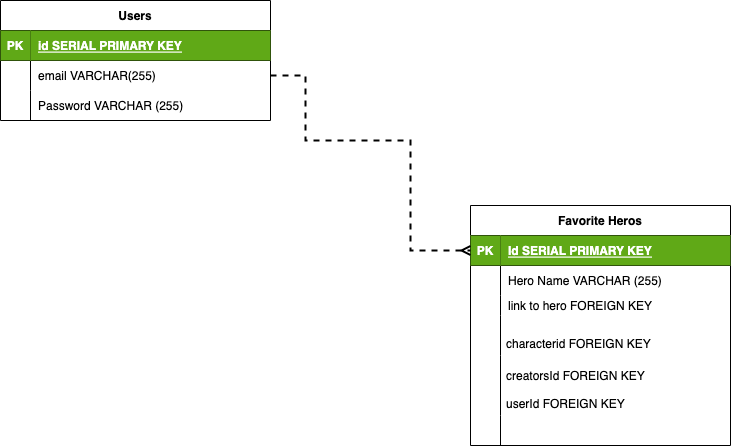
Above: Diagram.drawio.png in tristonpalacios/Virtual-Marvel-Encyclopedia (draw.io), before the change. Source tidied: cells renumbered, new cells last; positions are measured from the earlier drawing's top-left corner, leaving out a move shared by most shapes.
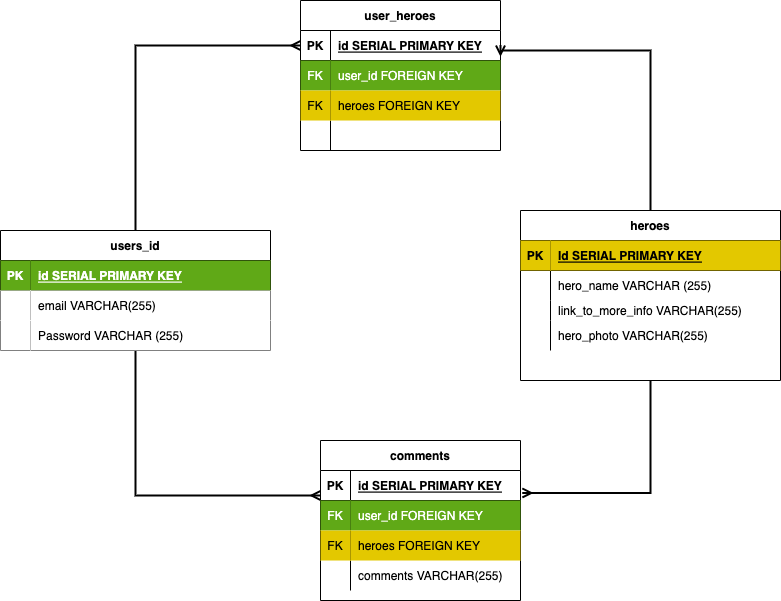
The same file after the commit.

What changed in the source:
```diff
@@ -2,8 +2,18 @@
   <root>
     <mxCell id="0" />
     <mxCell id="1" parent="0" />
+    <mxCell id="39" style="edgeStyle=orthogonalEdgeStyle;rounded=0;jettySize=auto;html=1;exitX=0.5;exitY=1;exitDx=0;exitDy=0;strokeWidth=2;endArrow=ERmany;endFill=0;" parent="1" edge="1" source="2" target="44">
+      <mxGeometry relative="1" as="geometry">
+        <Array as="points">
+          <mxPoint x="105" y="325" />
+        </Array>
+      </mxGeometry>
+    </mxCell>
+    <mxCell id="40" style="edgeStyle=orthogonalEdgeStyle;rounded=0;jettySize=auto;html=1;entryX=0;entryY=0.5;entryDx=0;entryDy=0;strokeWidth=2;endArrow=ERmany;endFill=0;" parent="1" edge="1" source="2" target="57">
+      <mxGeometry relative="1" as="geometry" />
+    </mxCell>
-    <mxCell id="2" value="Users" style="shape=table;startSize=30;rowLines=0;fontStyle=1;align=center;" parent="1" vertex="1">
-      <mxGeometry width="270" height="120" as="geometry" />
+    <mxCell id="2" value="users_id" style="shape=table;startSize=30;rowLines=0;fontStyle=1;align=center;" parent="1" vertex="1">
+      <mxGeometry x="-30" y="60" width="270" height="120" as="geometry" />
     </mxCell>
     <mxCell id="3" style="shape=tableRow;horizontal=0;startSize=0;swimlaneHead=0;swimlaneBody=0;fillColor=none;top=0;left=0;right=0;bottom=1;" parent="2" vertex="1">
       <mxGeometry y="30" width="270" height="30" as="geometry" />
@@ -17,31 +27,42 @@
     <mxCell id="6" style="shape=tableRow;horizontal=0;startSize=0;swimlaneHead=0;swimlaneBody=0;fillColor=none;points=[[0,0.5],[1,0.5]];portConstraint=eastwest;top=0;left=0;right=0;bottom=0;" parent="2" vertex="1">
       <mxGeometry y="60" width="270" height="30" as="geometry" />
     </mxCell>
-    <mxCell id="7" style="shape=partialRectangle;fillColor=none;top=0;left=0;bottom=0;right=0;overflow=hidden;" parent="6" vertex="1">
+    <mxCell id="7" style="shape=partialRectangle;top=0;left=0;bottom=0;right=0;overflow=hidden;fillColor=#FFFFFF;" parent="6" vertex="1">
       <mxGeometry width="30" height="30" as="geometry" />
     </mxCell>
-    <mxCell id="8" value="email VARCHAR(255)" style="shape=partialRectangle;fillColor=none;top=0;left=0;bottom=0;right=0;align=left;spacingLeft=6;overflow=hidden;" parent="6" vertex="1">
+    <mxCell id="8" value="email VARCHAR(255)" style="shape=partialRectangle;top=0;left=0;bottom=0;right=0;align=left;spacingLeft=6;overflow=hidden;fillColor=#FFFFFF;" parent="6" vertex="1">
       <mxGeometry x="30" width="240" height="30" as="geometry" />
     </mxCell>
     <mxCell id="9" style="shape=tableRow;horizontal=0;startSize=0;swimlaneHead=0;swimlaneBody=0;fillColor=none;top=0;left=0;right=0;bottom=0;" parent="2" vertex="1">
       <mxGeometry y="90" width="270" height="30" as="geometry" />
     </mxCell>
-    <mxCell id="10" style="shape=partialRectangle;fillColor=none;top=0;left=0;bottom=0;right=0;overflow=hidden;" parent="9" vertex="1">
+    <mxCell id="10" style="shape=partialRectangle;top=0;left=0;bottom=0;right=0;overflow=hidden;fillColor=#FFFFFF;" parent="9" vertex="1">
       <mxGeometry width="30" height="30" as="geometry" />
     </mxCell>
-    <mxCell id="11" value="Password VARCHAR (255)" style="shape=partialRectangle;fillColor=none;top=0;left=0;bottom=0;right=0;align=left;spacingLeft=6;overflow=hidden;" parent="9" vertex="1">
+    <mxCell id="11" value="Password VARCHAR (255)" style="shape=partialRectangle;top=0;left=0;bottom=0;right=0;align=left;spacingLeft=6;overflow=hidden;fillColor=#FFFFFF;" parent="9" vertex="1">
       <mxGeometry x="30" width="240" height="30" as="geometry" />
     </mxCell>
+    <mxCell id="41" style="edgeStyle=orthogonalEdgeStyle;rounded=0;jettySize=auto;html=1;exitX=0.5;exitY=0;exitDx=0;exitDy=0;entryX=1;entryY=0.5;entryDx=0;entryDy=0;strokeWidth=2;endArrow=ERmany;endFill=0;" parent="1" edge="1" source="12" target="57">
+      <mxGeometry relative="1" as="geometry">
+        <Array as="points">
+          <mxPoint x="620" y="-120" />
+          <mxPoint x="470" y="-120" />
+        </Array>
+      </mxGeometry>
+    </mxCell>
+    <mxCell id="42" style="edgeStyle=orthogonalEdgeStyle;rounded=0;jettySize=auto;html=1;entryX=1.009;entryY=0.749;entryDx=0;entryDy=0;entryPerimeter=0;strokeWidth=2;endArrow=ERmany;endFill=0;" parent="1" edge="1" source="12" target="44">
+      <mxGeometry relative="1" as="geometry" />
+    </mxCell>
-    <mxCell id="12" value="Favorite Heros" style="shape=table;startSize=30;rowLines=0;fontStyle=1;align=center;" parent="1" vertex="1">
-      <mxGeometry x="470" y="205" width="260" height="240" as="geometry" />
+    <mxCell id="12" value="heroes" style="shape=table;startSize=30;rowLines=0;fontStyle=1;align=center;" parent="1" vertex="1">
+      <mxGeometry x="490" y="40" width="260" height="170" as="geometry" />
     </mxCell>
     <mxCell id="13" style="shape=tableRow;horizontal=0;startSize=0;swimlaneHead=0;swimlaneBody=0;fillColor=none;points=[[0,0.5],[1,0.5]];portConstraint=eastwest;top=0;left=0;right=0;bottom=1;" parent="12" vertex="1">
       <mxGeometry y="30" width="260" height="30" as="geometry" />
     </mxCell>
-    <mxCell id="14" value="PK" style="shape=partialRectangle;fillColor=#60a917;top=0;left=0;bottom=0;right=0;fontStyle=1;overflow=hidden;fontColor=#ffffff;strokeColor=#2D7600;" parent="13" vertex="1">
+    <mxCell id="14" value="PK" style="shape=partialRectangle;fillColor=#e3c800;top=0;left=0;bottom=0;right=0;fontStyle=1;overflow=hidden;fontColor=#000000;strokeColor=#B09500;" parent="13" vertex="1">
       <mxGeometry width="30" height="30" as="geometry" />
     </mxCell>
-    <mxCell id="15" value="Id SERIAL PRIMARY KEY" style="shape=partialRectangle;fillColor=#60a917;top=0;left=0;bottom=0;right=0;align=left;spacingLeft=6;fontStyle=5;overflow=hidden;fontColor=#ffffff;strokeColor=#2D7600;" parent="13" vertex="1">
+    <mxCell id="15" value="Id SERIAL PRIMARY KEY" style="shape=partialRectangle;fillColor=#e3c800;top=0;left=0;bottom=0;right=0;align=left;spacingLeft=6;fontStyle=5;overflow=hidden;fontColor=#000000;strokeColor=#B09500;" parent="13" vertex="1">
       <mxGeometry x="30" width="230" height="30" as="geometry" />
     </mxCell>
     <mxCell id="16" style="shape=tableRow;horizontal=0;startSize=0;swimlaneHead=0;swimlaneBody=0;fillColor=none;top=0;left=0;right=0;bottom=0;" parent="12" vertex="1">
@@ -50,7 +71,7 @@
     <mxCell id="17" style="shape=partialRectangle;fillColor=none;top=0;left=0;bottom=0;right=0;overflow=hidden;" parent="16" vertex="1">
       <mxGeometry width="30" height="30" as="geometry" />
     </mxCell>
-    <mxCell id="18" value="Hero Name VARCHAR (255)" style="shape=partialRectangle;fillColor=none;top=0;left=0;bottom=0;right=0;align=left;spacingLeft=6;overflow=hidden;" parent="16" vertex="1">
+    <mxCell id="18" value="hero_name VARCHAR (255)" style="shape=partialRectangle;fillColor=none;top=0;left=0;bottom=0;right=0;align=left;spacingLeft=6;overflow=hidden;" parent="16" vertex="1">
       <mxGeometry x="30" width="230" height="30" as="geometry" />
     </mxCell>
     <mxCell id="19" style="shape=tableRow;horizontal=0;startSize=0;swimlaneHead=0;swimlaneBody=0;fillColor=none;top=0;left=0;right=0;bottom=0;" parent="12" vertex="1">
@@ -59,67 +80,95 @@
     <mxCell id="20" style="shape=partialRectangle;fillColor=none;top=0;left=0;bottom=0;right=0;fontStyle=0;overflow=hidden;" parent="19" vertex="1">
       <mxGeometry width="30" height="20" as="geometry" />
     </mxCell>
-    <mxCell id="21" value="link to hero FOREIGN KEY " style="shape=partialRectangle;fillColor=none;top=0;left=0;bottom=0;right=0;align=left;spacingLeft=6;fontStyle=0;overflow=hidden;" parent="19" vertex="1">
+    <mxCell id="21" value="link_to_more_info VARCHAR(255) " style="shape=partialRectangle;fillColor=none;top=0;left=0;bottom=0;right=0;align=left;spacingLeft=6;fontStyle=0;overflow=hidden;" parent="19" vertex="1">
       <mxGeometry x="30" width="230" height="20" as="geometry" />
     </mxCell>
-    <mxCell id="22" style="shape=tableRow;horizontal=0;startSize=0;swimlaneHead=0;swimlaneBody=0;fillColor=none;top=0;left=0;right=0;bottom=0;" parent="12" vertex="1">
-      <mxGeometry y="110" width="260" height="40" as="geometry" />
-    </mxCell>
-    <mxCell id="23" style="shape=partialRectangle;fillColor=none;top=0;left=0;bottom=0;right=0;fontStyle=0;overflow=hidden;" parent="22" vertex="1">
-      <mxGeometry width="30" height="40" as="geometry" />
-    </mxCell>
-    <mxCell id="24" style="shape=partialRectangle;fillColor=none;top=0;left=0;bottom=0;right=0;align=left;spacingLeft=6;fontStyle=0;overflow=hidden;" parent="22" vertex="1">
-      <mxGeometry x="30" width="230" height="40" as="geometry" />
-    </mxCell>
-    <mxCell id="25" style="shape=tableRow;horizontal=0;startSize=0;swimlaneHead=0;swimlaneBody=0;fillColor=none;top=0;left=0;right=0;bottom=0;" parent="12" vertex="1">
-      <mxGeometry y="150" width="260" height="30" as="geometry" />
-    </mxCell>
-    <mxCell id="26" style="shape=partialRectangle;fillColor=none;top=0;left=0;bottom=0;right=0;overflow=hidden;" parent="25" vertex="1">
-      <mxGeometry width="30" height="30" as="geometry" />
-    </mxCell>
-    <mxCell id="27" style="shape=partialRectangle;fillColor=none;top=0;left=0;bottom=0;right=0;align=left;spacingLeft=6;overflow=hidden;" parent="25" vertex="1">
-      <mxGeometry x="30" width="230" height="30" as="geometry" />
-    </mxCell>
     <mxCell id="28" style="shape=tableRow;horizontal=0;startSize=0;swimlaneHead=0;swimlaneBody=0;fillColor=none;top=0;left=0;right=0;bottom=0;" parent="12" vertex="1">
-      <mxGeometry y="180" width="260" height="30" as="geometry" />
+      <mxGeometry y="110" width="260" height="30" as="geometry" />
     </mxCell>
     <mxCell id="29" style="shape=partialRectangle;fillColor=none;top=0;left=0;bottom=0;right=0;overflow=hidden;" parent="28" vertex="1">
       <mxGeometry width="30" height="30" as="geometry" />
     </mxCell>
-    <mxCell id="30" style="shape=partialRectangle;fillColor=none;top=0;left=0;bottom=0;right=0;align=left;spacingLeft=6;overflow=hidden;" parent="28" vertex="1">
+    <mxCell id="30" value="hero_photo VARCHAR(255)" style="shape=partialRectangle;fillColor=none;top=0;left=0;bottom=0;right=0;align=left;spacingLeft=6;overflow=hidden;" parent="28" vertex="1">
       <mxGeometry x="30" width="230" height="30" as="geometry" />
     </mxCell>
-    <mxCell id="31" style="shape=tableRow;horizontal=0;startSize=0;swimlaneHead=0;swimlaneBody=0;fillColor=none;top=0;left=0;right=0;bottom=0;" parent="12" vertex="1">
-      <mxGeometry y="210" width="260" height="30" as="geometry" />
-    </mxCell>
-    <mxCell id="32" style="shape=partialRectangle;fillColor=none;top=0;left=0;bottom=0;right=0;overflow=hidden;" parent="31" vertex="1">
-      <mxGeometry width="30" height="30" as="geometry" />
-    </mxCell>
-    <mxCell id="33" style="shape=partialRectangle;fillColor=none;top=0;left=0;bottom=0;right=0;align=left;spacingLeft=6;overflow=hidden;" parent="31" vertex="1">
-      <mxGeometry x="30" width="230" height="30" as="geometry" />
-    </mxCell>
-    <mxCell id="34" style="edgeStyle=orthogonalEdgeStyle;rounded=0;jettySize=auto;html=1;entryX=0;entryY=0.5;entryDx=0;entryDy=0;endArrow=ERmany;endFill=0;dashed=1;strokeWidth=2;" parent="1" edge="1" source="6" target="13">
-      <mxGeometry relative="1" as="geometry">
-        <Array as="points">
-          <mxPoint x="305" y="75" />
-          <mxPoint x="305" y="140" />
-          <mxPoint x="410" y="140" />
-          <mxPoint x="410" y="250" />
-          <mxPoint x="440" y="250" />
-        </Array>
-      </mxGeometry>
-    </mxCell>
-    <mxCell id="35" value="characterid FOREIGN KEY" style="text;strokeColor=none;fillColor=none;spacingLeft=4;spacingRight=4;overflow=hidden;fontSize=12;" parent="1" vertex="1">
-      <mxGeometry x="500" y="330" width="200" height="30" as="geometry" />
-    </mxCell>
-    <mxCell id="36" value="creatorsId FOREIGN KEY" style="shape=partialRectangle;fillColor=none;align=left;verticalAlign=middle;strokeColor=none;spacingLeft=34;" parent="1" vertex="1">
-      <mxGeometry x="470" y="360" width="90" height="30" as="geometry" />
-    </mxCell>
-    <mxCell id="37" style="shape=partialRectangle;top=0;left=0;bottom=0;fillColor=none;stokeWidth=1;dashed=1;align=left;verticalAlign=middle;spacingLeft=4;spacingRight=4;overflow=hidden;" parent="36" vertex="1">
-      <mxGeometry width="30" height="30" as="geometry" />
-    </mxCell>
-    <mxCell id="38" value="userId FOREIGN KEY" style="text;strokeColor=none;fillColor=none;spacingLeft=4;spacingRight=4;overflow=hidden;fontSize=12;" parent="1" vertex="1">
-      <mxGeometry x="500" y="390" width="160" height="30" as="geometry" />
-    </mxCell>
+    <mxCell id="43" value="comments" style="shape=table;startSize=30;rowLines=0;fontStyle=1;align=center;fillColor=#FFFFFF;" parent="1" vertex="1">
+      <mxGeometry x="290" y="270" width="200" height="160" as="geometry" />
+    </mxCell>
+    <mxCell id="44" style="shape=tableRow;horizontal=0;startSize=0;swimlaneHead=0;swimlaneBody=0;fillColor=none;points=[[0,0.5],[1,0.5]];portConstraint=eastwest;top=0;left=0;right=0;bottom=1;" parent="43" vertex="1">
+      <mxGeometry y="30" width="200" height="30" as="geometry" />
+    </mxCell>
+    <mxCell id="45" value="PK" style="shape=partialRectangle;fillColor=none;top=0;left=0;bottom=0;right=0;fontStyle=1;overflow=hidden;" parent="44" vertex="1">
+      <mxGeometry width="30" height="30" as="geometry" />
+    </mxCell>
+    <mxCell id="46" value="id SERIAL PRIMARY KEY" style="shape=partialRectangle;fillColor=none;top=0;left=0;bottom=0;right=0;align=left;spacingLeft=6;fontStyle=5;overflow=hidden;" parent="44" vertex="1">
+      <mxGeometry x="30" width="170" height="30" as="geometry" />
+    </mxCell>
+    <mxCell id="47" style="shape=tableRow;horizontal=0;startSize=0;swimlaneHead=0;swimlaneBody=0;fillColor=none;top=0;left=0;right=0;bottom=0;" parent="43" vertex="1">
+      <mxGeometry y="60" width="200" height="30" as="geometry" />
+    </mxCell>
+    <mxCell id="48" value="FK" style="shape=partialRectangle;fillColor=#60a917;top=0;left=0;bottom=0;right=0;overflow=hidden;strokeColor=#2D7600;fontColor=#ffffff;" parent="47" vertex="1">
+      <mxGeometry width="30" height="30" as="geometry" />
+    </mxCell>
+    <mxCell id="49" value="user_id FOREIGN KEY" style="shape=partialRectangle;fillColor=#60a917;top=0;left=0;bottom=0;right=0;align=left;spacingLeft=6;overflow=hidden;fontColor=#ffffff;strokeColor=#2D7600;" parent="47" vertex="1">
+      <mxGeometry x="30" width="170" height="30" as="geometry" />
+    </mxCell>
+    <mxCell id="50" style="shape=tableRow;horizontal=0;startSize=0;swimlaneHead=0;swimlaneBody=0;fillColor=none;top=0;left=0;right=0;bottom=0;" parent="43" vertex="1">
+      <mxGeometry y="90" width="200" height="30" as="geometry" />
+    </mxCell>
+    <mxCell id="51" value="FK" style="shape=partialRectangle;fillColor=#e3c800;top=0;left=0;bottom=0;right=0;overflow=hidden;fontColor=#000000;strokeColor=#B09500;" parent="50" vertex="1">
+      <mxGeometry width="30" height="30" as="geometry" />
+    </mxCell>
+    <mxCell id="52" value="heroes FOREIGN KEY" style="shape=partialRectangle;fillColor=#e3c800;top=0;left=0;bottom=0;right=0;align=left;spacingLeft=6;overflow=hidden;fontColor=#000000;strokeColor=#B09500;" parent="50" vertex="1">
+      <mxGeometry x="30" width="170" height="30" as="geometry" />
+    </mxCell>
+    <mxCell id="53" style="shape=tableRow;horizontal=0;startSize=0;swimlaneHead=0;swimlaneBody=0;fillColor=none;top=0;left=0;right=0;bottom=0;" parent="43" vertex="1">
+      <mxGeometry y="120" width="200" height="30" as="geometry" />
+    </mxCell>
+    <mxCell id="54" style="shape=partialRectangle;fillColor=none;top=0;left=0;bottom=0;right=0;overflow=hidden;" parent="53" vertex="1">
+      <mxGeometry width="30" height="30" as="geometry" />
+    </mxCell>
+    <mxCell id="55" value="comments VARCHAR(255)" style="shape=partialRectangle;fillColor=none;top=0;left=0;bottom=0;right=0;align=left;spacingLeft=6;overflow=hidden;" parent="53" vertex="1">
+      <mxGeometry x="30" width="170" height="30" as="geometry" />
+    </mxCell>
+    <mxCell id="56" value="user_heroes" style="shape=table;startSize=30;rowLines=0;fontStyle=1;align=center;fillColor=#FFFFFF;" parent="1" vertex="1">
+      <mxGeometry x="270" y="-170" width="200" height="150" as="geometry" />
+    </mxCell>
+    <mxCell id="57" style="shape=tableRow;horizontal=0;startSize=0;swimlaneHead=0;swimlaneBody=0;fillColor=none;points=[[0,0.5],[1,0.5]];portConstraint=eastwest;top=0;left=0;right=0;bottom=1;" parent="56" vertex="1">
+      <mxGeometry y="30" width="200" height="30" as="geometry" />
+    </mxCell>
+    <mxCell id="58" value="PK" style="shape=partialRectangle;fillColor=none;top=0;left=0;bottom=0;right=0;fontStyle=1;overflow=hidden;" parent="57" vertex="1">
+      <mxGeometry width="30" height="30" as="geometry" />
+    </mxCell>
+    <mxCell id="59" value="id SERIAL PRIMARY KEY" style="shape=partialRectangle;fillColor=none;top=0;left=0;bottom=0;right=0;align=left;spacingLeft=6;fontStyle=5;overflow=hidden;" parent="57" vertex="1">
+      <mxGeometry x="30" width="170" height="30" as="geometry" />
+    </mxCell>
+    <mxCell id="60" style="shape=tableRow;horizontal=0;startSize=0;swimlaneHead=0;swimlaneBody=0;fillColor=none;top=0;left=0;right=0;bottom=0;" parent="56" vertex="1">
+      <mxGeometry y="60" width="200" height="30" as="geometry" />
+    </mxCell>
+    <mxCell id="61" value="FK" style="shape=partialRectangle;fillColor=#60a917;top=0;left=0;bottom=0;right=0;overflow=hidden;fontColor=#ffffff;strokeColor=#2D7600;" parent="60" vertex="1">
+      <mxGeometry width="30" height="30" as="geometry" />
+    </mxCell>
+    <mxCell id="62" value="user_id FOREIGN KEY" style="shape=partialRectangle;fillColor=#60a917;top=0;left=0;bottom=0;right=0;align=left;spacingLeft=6;overflow=hidden;fontColor=#ffffff;strokeColor=#2D7600;" parent="60" vertex="1">
+      <mxGeometry x="30" width="170" height="30" as="geometry" />
+    </mxCell>
+    <mxCell id="63" style="shape=tableRow;horizontal=0;startSize=0;swimlaneHead=0;swimlaneBody=0;fillColor=none;top=0;left=0;right=0;bottom=0;" parent="56" vertex="1">
+      <mxGeometry y="90" width="200" height="30" as="geometry" />
+    </mxCell>
+    <mxCell id="64" value="FK" style="shape=partialRectangle;fillColor=#e3c800;top=0;left=0;bottom=0;right=0;overflow=hidden;fontColor=#000000;strokeColor=#B09500;" parent="63" vertex="1">
+      <mxGeometry width="30" height="30" as="geometry" />
+    </mxCell>
+    <mxCell id="65" value="heroes FOREIGN KEY" style="shape=partialRectangle;fillColor=#e3c800;top=0;left=0;bottom=0;right=0;align=left;spacingLeft=6;overflow=hidden;fontColor=#000000;strokeColor=#B09500;" parent="63" vertex="1">
+      <mxGeometry x="30" width="170" height="30" as="geometry" />
+    </mxCell>
+    <mxCell id="66" style="shape=tableRow;horizontal=0;startSize=0;swimlaneHead=0;swimlaneBody=0;fillColor=none;top=0;left=0;right=0;bottom=0;" parent="56" vertex="1">
+      <mxGeometry y="120" width="200" height="30" as="geometry" />
+    </mxCell>
+    <mxCell id="67" style="shape=partialRectangle;fillColor=none;top=0;left=0;bottom=0;right=0;overflow=hidden;" parent="66" vertex="1">
+      <mxGeometry width="30" height="30" as="geometry" />
+    </mxCell>
+    <mxCell id="68" style="shape=partialRectangle;fillColor=none;top=0;left=0;bottom=0;right=0;align=left;spacingLeft=6;overflow=hidden;" parent="66" vertex="1">
+      <mxGeometry x="30" width="170" height="30" as="geometry" />
+    </mxCell>
   </root>
 </mxGraphModel>
```
